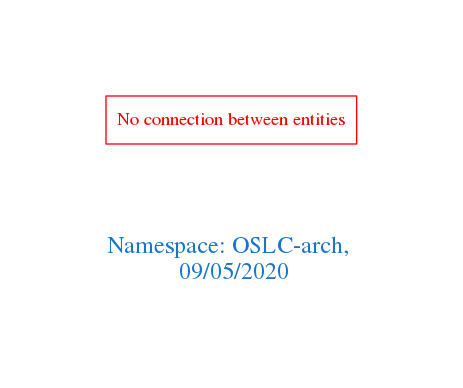
Above: downloads/OSLC-arch.png in arago/OGIT (Graphviz), before the change. Its source is kept beside it as downloads/OSLC-arch.dot.
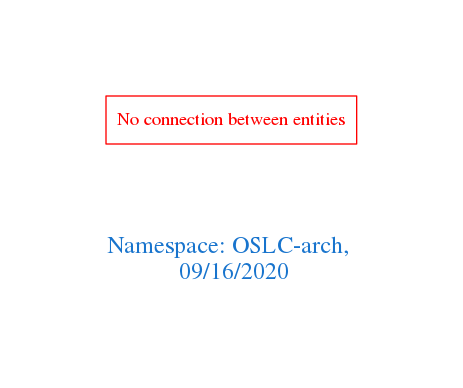
Above is the later version.

Change to the diagram source:
```diff
@@ -1,7 +1,7 @@
 digraph OGIT_ontology {
  graph [ rankdir= LR,pad=1
 fontsize = 18,
-fontcolor= dodgerblue3,label = "\n\n\nNamespace: OSLC-arch, \n 09/05/2020"];
+fontcolor= dodgerblue3,label = "\n\n\nNamespace: OSLC-arch, \n 09/16/2020"];
 node[shape=polygon];
 edge [  color="gray81"];
 
```
